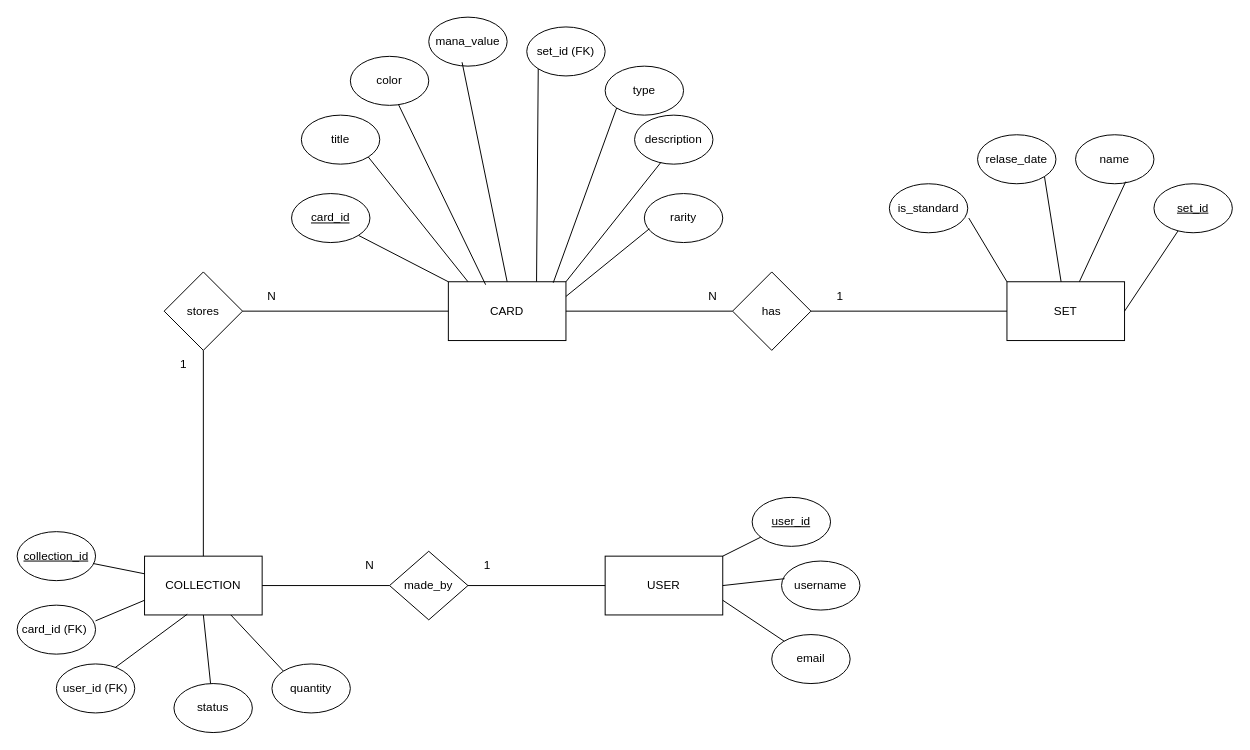
This is er.drawio from Muurein/projekt-mtg, a draw.io file, before an edit. Source tidied: cells renumbered, new cells numbered last; positions are measured from the earlier drawing's top-left corner, leaving out a move shared by most shapes. Both pictures are drawn from the tidied source at 98%, with x=0, y=0 at pixel (17, 17).
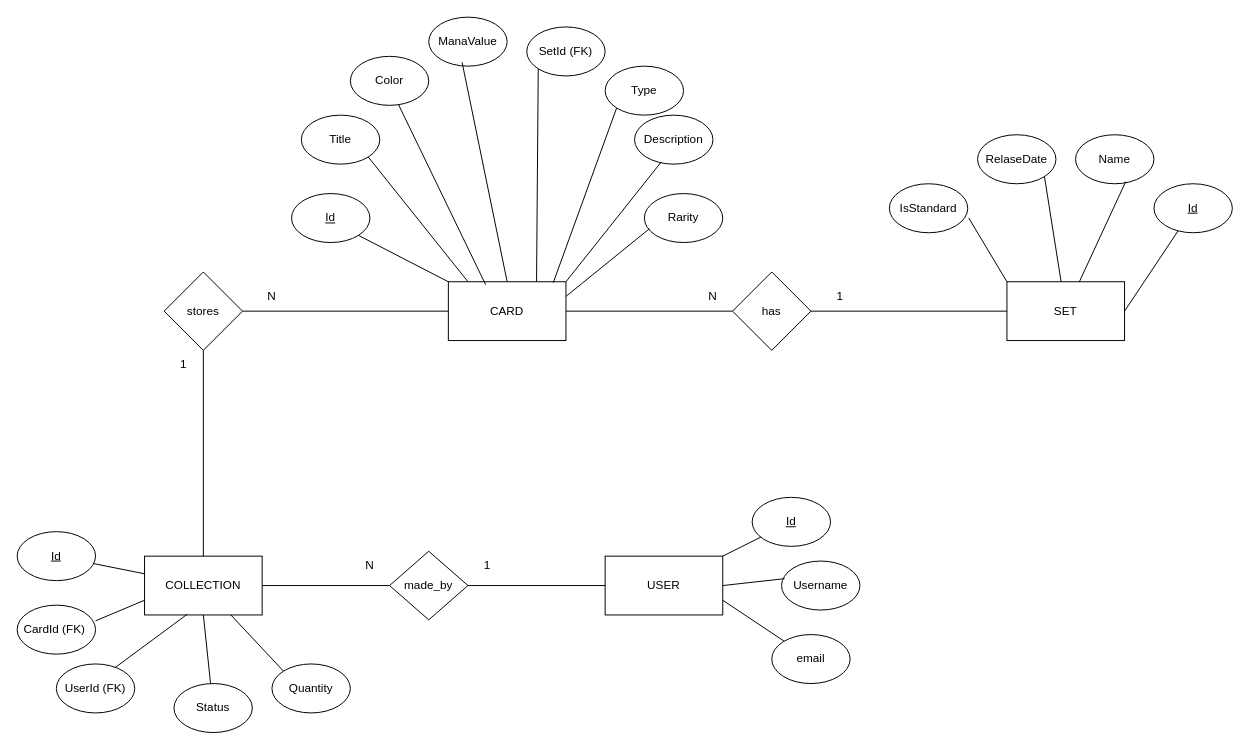
The same page after the edit.

Change to the diagram source:
```diff
@@
-    <mxCell id="10" value="&lt;u&gt;card_id&lt;/u&gt;" style="ellipse;whiteSpace=wrap;html=1;" parent="1" vertex="1">
+    <mxCell id="10" value="&lt;u&gt;Id&lt;/u&gt;" style="ellipse;whiteSpace=wrap;html=1;" parent="1" vertex="1">
       <mxGeometry x="280" y="180" width="80" height="50" as="geometry" />
     </mxCell>
-    <mxCell id="11" value="&lt;u&gt;collection_id&lt;/u&gt;" style="ellipse;whiteSpace=wrap;html=1;" parent="1" vertex="1">
+    <mxCell id="11" value="&lt;u&gt;Id&lt;/u&gt;" style="ellipse;whiteSpace=wrap;html=1;" parent="1" vertex="1">
       <mxGeometry y="525" width="80" height="50" as="geometry" />
     </mxCell>
-    <mxCell id="12" value="title" style="ellipse;whiteSpace=wrap;html=1;" parent="1" vertex="1">
+    <mxCell id="12" value="Title" style="ellipse;whiteSpace=wrap;html=1;" parent="1" vertex="1">
       <mxGeometry x="290" y="100" width="80" height="50" as="geometry" />
     </mxCell>
-    <mxCell id="13" value="mana_value" style="ellipse;whiteSpace=wrap;html=1;" parent="1" vertex="1">
+    <mxCell id="13" value="ManaValue" style="ellipse;whiteSpace=wrap;html=1;" parent="1" vertex="1">
       <mxGeometry x="420" width="80" height="50" as="geometry" />
     </mxCell>
-    <mxCell id="14" value="color" style="ellipse;whiteSpace=wrap;html=1;" parent="1" vertex="1">
+    <mxCell id="14" value="Color" style="ellipse;whiteSpace=wrap;html=1;" parent="1" vertex="1">
       <mxGeometry x="340" y="40" width="80" height="50" as="geometry" />
     </mxCell>
-    <mxCell id="15" value="set_id (FK)" style="ellipse;whiteSpace=wrap;html=1;" parent="1" vertex="1">
+    <mxCell id="15" value="SetId (FK)" style="ellipse;whiteSpace=wrap;html=1;" parent="1" vertex="1">
       <mxGeometry x="520" y="10" width="80" height="50" as="geometry" />
     </mxCell>
-    <mxCell id="16" value="description" style="ellipse;whiteSpace=wrap;html=1;" parent="1" vertex="1">
+    <mxCell id="16" value="Description" style="ellipse;whiteSpace=wrap;html=1;" parent="1" vertex="1">
       <mxGeometry x="630" y="100" width="80" height="50" as="geometry" />
     </mxCell>
-    <mxCell id="17" value="type" style="ellipse;whiteSpace=wrap;html=1;" parent="1" vertex="1">
+    <mxCell id="17" value="Type" style="ellipse;whiteSpace=wrap;html=1;" parent="1" vertex="1">
       <mxGeometry x="600" y="50" width="80" height="50" as="geometry" />
     </mxCell>
@@
-    <mxCell id="26" value="rarity" style="ellipse;whiteSpace=wrap;html=1;" parent="1" vertex="1">
+    <mxCell id="26" value="Rarity" style="ellipse;whiteSpace=wrap;html=1;" parent="1" vertex="1">
       <mxGeometry x="640" y="180" width="80" height="50" as="geometry" />
     </mxCell>
@@
-    <mxCell id="28" value="&lt;span style=&quot;color: rgb(0, 0, 0);&quot;&gt;status&lt;/span&gt;" style="ellipse;whiteSpace=wrap;html=1;" parent="1" vertex="1">
+    <mxCell id="28" value="&lt;span style=&quot;color: rgb(0, 0, 0);&quot;&gt;Status&lt;/span&gt;" style="ellipse;whiteSpace=wrap;html=1;" parent="1" vertex="1">
       <mxGeometry x="160" y="680" width="80" height="50" as="geometry" />
     </mxCell>
-    <mxCell id="29" value="&lt;span style=&quot;color: rgb(0, 0, 0);&quot;&gt;quantity&lt;/span&gt;" style="ellipse;whiteSpace=wrap;html=1;" parent="1" vertex="1">
+    <mxCell id="29" value="&lt;span style=&quot;color: rgb(0, 0, 0);&quot;&gt;Quantity&lt;/span&gt;" style="ellipse;whiteSpace=wrap;html=1;" parent="1" vertex="1">
       <mxGeometry x="260" y="660" width="80" height="50" as="geometry" />
     </mxCell>
-    <mxCell id="30" value="name" style="ellipse;whiteSpace=wrap;html=1;" parent="1" vertex="1">
+    <mxCell id="30" value="Name" style="ellipse;whiteSpace=wrap;html=1;" parent="1" vertex="1">
       <mxGeometry x="1080" y="120" width="80" height="50" as="geometry" />
     </mxCell>
-    <mxCell id="31" value="relase_date" style="ellipse;whiteSpace=wrap;html=1;" parent="1" vertex="1">
+    <mxCell id="31" value="RelaseDate" style="ellipse;whiteSpace=wrap;html=1;" parent="1" vertex="1">
       <mxGeometry x="980" y="120" width="80" height="50" as="geometry" />
     </mxCell>
@@
-    <mxCell id="42" value="&lt;span style=&quot;color: rgb(0, 0, 0);&quot;&gt;user_id (FK)&lt;/span&gt;" style="ellipse;whiteSpace=wrap;html=1;" parent="1" vertex="1">
+    <mxCell id="42" value="&lt;span style=&quot;color: rgb(0, 0, 0);&quot;&gt;UserId (FK)&lt;/span&gt;" style="ellipse;whiteSpace=wrap;html=1;" parent="1" vertex="1">
       <mxGeometry x="40" y="660" width="80" height="50" as="geometry" />
     </mxCell>
-    <mxCell id="43" value="&lt;u&gt;set_id&lt;/u&gt;" style="ellipse;whiteSpace=wrap;html=1;" parent="1" vertex="1">
+    <mxCell id="43" value="&lt;u&gt;Id&lt;/u&gt;" style="ellipse;whiteSpace=wrap;html=1;" parent="1" vertex="1">
       <mxGeometry x="1160" y="170" width="80" height="50" as="geometry" />
     </mxCell>
@@
-    <mxCell id="45" value="is_standard" style="ellipse;whiteSpace=wrap;html=1;" parent="1" vertex="1">
+    <mxCell id="45" value="IsStandard" style="ellipse;whiteSpace=wrap;html=1;" parent="1" vertex="1">
       <mxGeometry x="890" y="170" width="80" height="50" as="geometry" />
     </mxCell>
@@
-    <mxCell id="53" value="&lt;u&gt;user_id&lt;/u&gt;" style="ellipse;whiteSpace=wrap;html=1;" parent="1" vertex="1">
+    <mxCell id="53" value="&lt;u&gt;Id&lt;/u&gt;" style="ellipse;whiteSpace=wrap;html=1;" parent="1" vertex="1">
       <mxGeometry x="750" y="490" width="80" height="50" as="geometry" />
     </mxCell>
-    <mxCell id="54" value="&lt;span style=&quot;color: rgb(0, 0, 0);&quot;&gt;username&lt;/span&gt;" style="ellipse;whiteSpace=wrap;html=1;" parent="1" vertex="1">
+    <mxCell id="54" value="&lt;span style=&quot;color: rgb(0, 0, 0);&quot;&gt;Username&lt;/span&gt;" style="ellipse;whiteSpace=wrap;html=1;" parent="1" vertex="1">
       <mxGeometry x="780" y="555" width="80" height="50" as="geometry" />
     </mxCell>
@@
-    <mxCell id="59" value="&lt;span style=&quot;color: rgb(0, 0, 0);&quot;&gt;card_id (FK)&amp;nbsp;&lt;/span&gt;" style="ellipse;whiteSpace=wrap;html=1;" parent="1" vertex="1">
+    <mxCell id="59" value="&lt;span style=&quot;color: rgb(0, 0, 0);&quot;&gt;CardId (FK)&amp;nbsp;&lt;/span&gt;" style="ellipse;whiteSpace=wrap;html=1;" parent="1" vertex="1">
       <mxGeometry y="600" width="80" height="50" as="geometry" />
     </mxCell>
```
